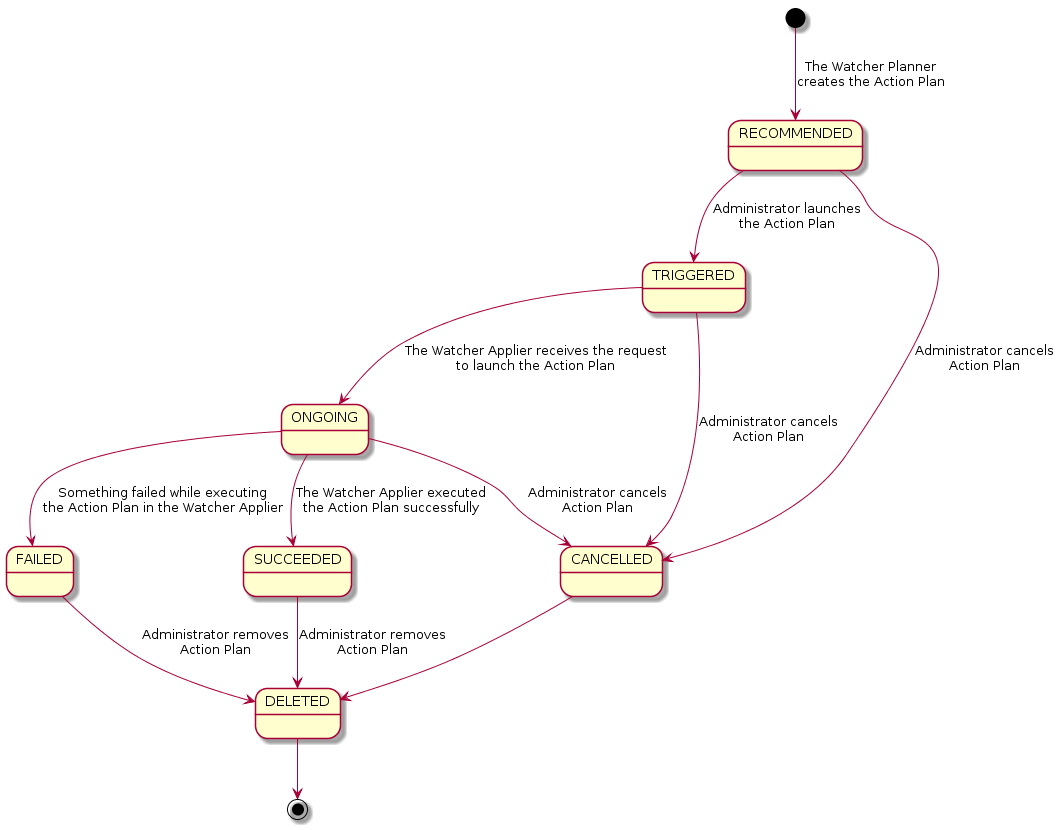
Earlier version of the PlantUML export doc/source/images/action_plan_state_machine.png (openstack/watcher).
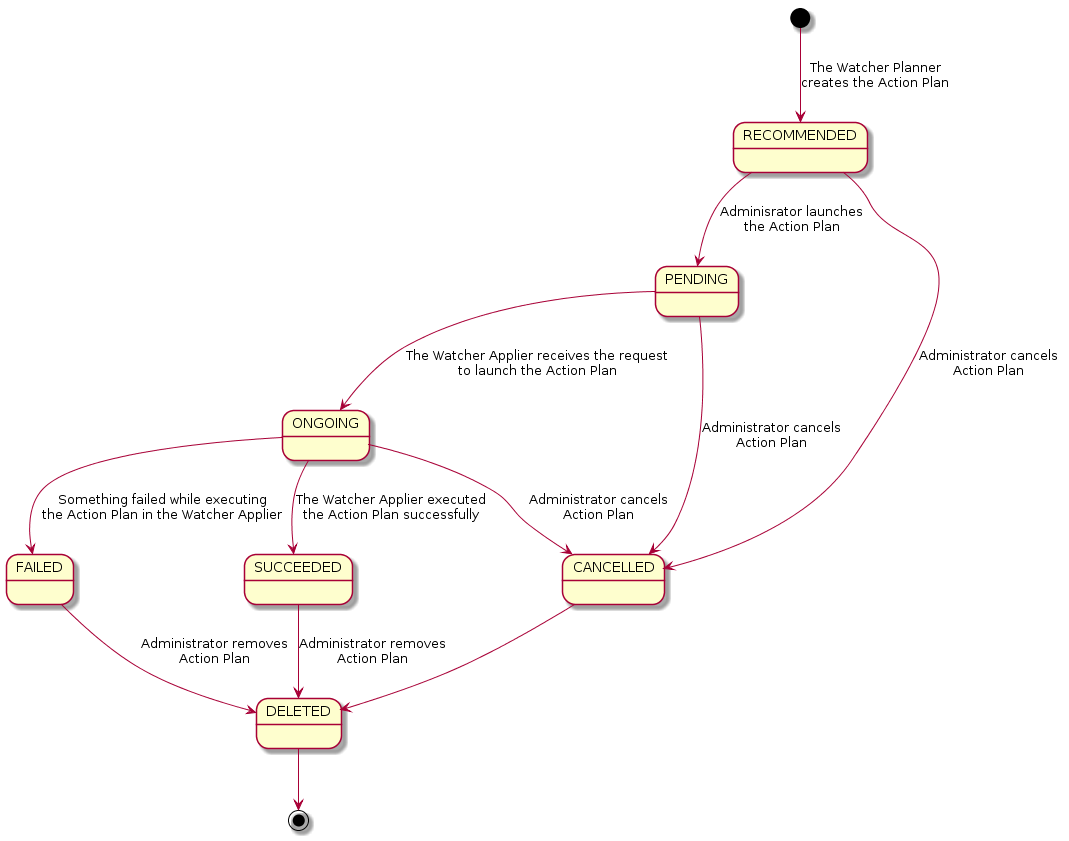
The same diagram one commit later.

Commit message:
Replace "Triggered" state by "Pending" state

This commit only applies to documentation, state name
must be updated in code accordingly.

Related-Bug: #1548377

What changed in the source:
```diff
@@ -1,14 +1,16 @@
 @startuml
+
 [*] --> RECOMMENDED: The Watcher Planner\ncreates the Action Plan
-RECOMMENDED --> TRIGGERED: Administrator launches\nthe Action Plan
-TRIGGERED --> ONGOING: The Watcher Applier receives the request\nto launch the Action Plan
+RECOMMENDED --> PENDING: Adminisrator launches\nthe Action Plan
+PENDING --> ONGOING: The Watcher Applier receives the request\nto launch the Action Plan
 ONGOING --> FAILED: Something failed while executing\nthe Action Plan in the Watcher Applier
 ONGOING --> SUCCEEDED: The Watcher Applier executed\nthe Action Plan successfully
 FAILED --> DELETED : Administrator removes\nAction Plan
 SUCCEEDED --> DELETED : Administrator removes\nAction Plan
 ONGOING --> CANCELLED : Administrator cancels\nAction Plan
 RECOMMENDED --> CANCELLED : Administrator cancels\nAction Plan
-TRIGGERED --> CANCELLED : Administrator cancels\nAction Plan
+PENDING --> CANCELLED : Administrator cancels\nAction Plan
 CANCELLED --> DELETED
 DELETED --> [*]
+
 @enduml
```
